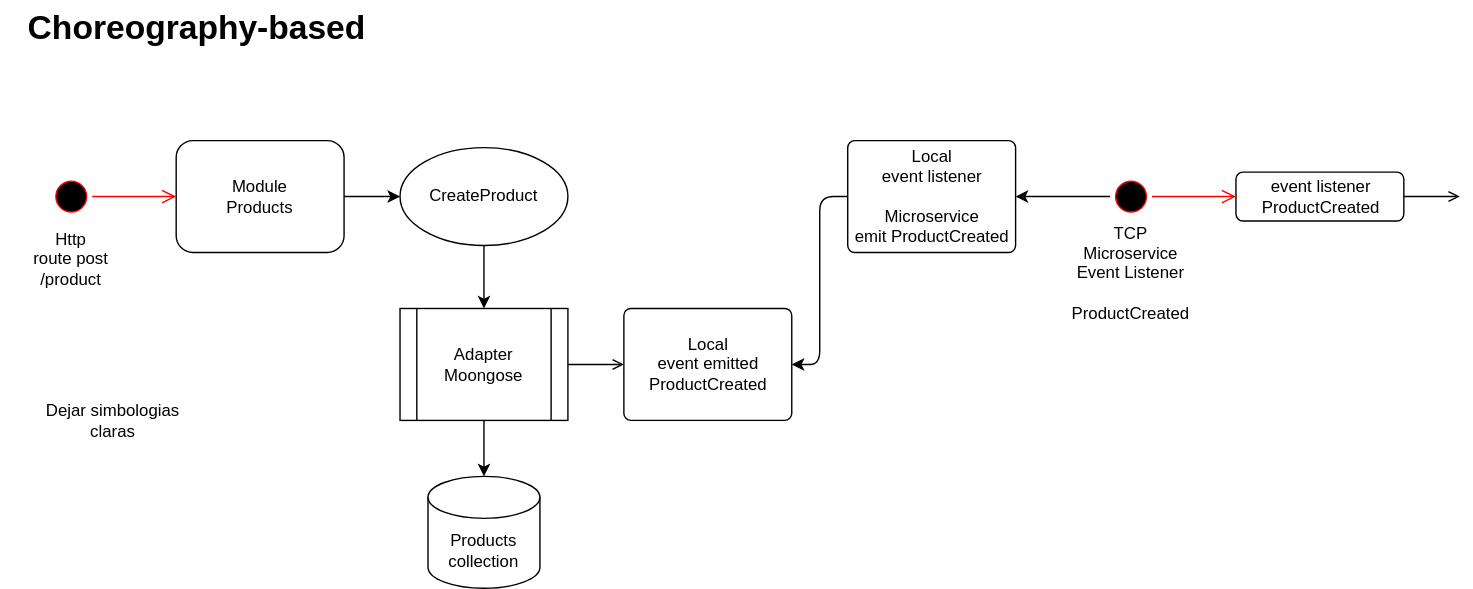
Above: _docs/diagrams/use-cases/create-product.drawio.svg in jovicon/nestjs-clean-architecture-event-driven-template (draw.io), before the change. Source tidied: cells renumbered, new cells last; positions are measured from the earlier drawing's top-left corner, leaving out a move shared by most shapes. Source of this version:
```xml
<mxGraphModel>
  <root>
    <mxCell id="0" />
    <mxCell id="1" parent="0" />
    <mxCell id="2" style="edgeStyle=none;html=1;entryX=0;entryY=0.5;entryDx=0;entryDy=0;" parent="1" edge="1" source="3" target="6">
      <mxGeometry relative="1" as="geometry" />
    </mxCell>
    <mxCell id="3" value="Module&lt;br&gt;Products" style="rounded=1;whiteSpace=wrap;html=1;" parent="1" vertex="1">
      <mxGeometry x="125" y="100" width="120" height="80" as="geometry" />
    </mxCell>
    <mxCell id="4" value="Products&lt;br&gt;collection" style="shape=cylinder3;whiteSpace=wrap;html=1;boundedLbl=1;backgroundOutline=1;size=15;" parent="1" vertex="1">
      <mxGeometry x="305" y="340" width="80" height="80" as="geometry" />
    </mxCell>
    <mxCell id="5" style="edgeStyle=none;html=1;entryX=0.5;entryY=0;entryDx=0;entryDy=0;" parent="1" edge="1" source="6" target="8">
      <mxGeometry relative="1" as="geometry" />
    </mxCell>
    <mxCell id="6" value="CreateProduct" style="ellipse;whiteSpace=wrap;html=1;" parent="1" vertex="1">
      <mxGeometry x="285" y="105" width="120" height="70" as="geometry" />
    </mxCell>
    <mxCell id="7" style="edgeStyle=none;html=1;entryX=0.5;entryY=0;entryDx=0;entryDy=0;entryPerimeter=0;" parent="1" edge="1" source="8" target="4">
      <mxGeometry relative="1" as="geometry" />
    </mxCell>
    <mxCell id="8" value="Adapter&lt;br&gt;Moongose" style="shape=process;whiteSpace=wrap;html=1;backgroundOutline=1;" parent="1" vertex="1">
      <mxGeometry x="285" y="220" width="120" height="80" as="geometry" />
    </mxCell>
    <mxCell id="9" value="Local&lt;br&gt;event emitted&lt;br&gt;ProductCreated" style="html=1;rounded=1;absoluteArcSize=1;arcSize=10;" parent="1" vertex="1">
      <mxGeometry x="445" y="220" width="120" height="80" as="geometry" />
    </mxCell>
    <mxCell id="10" style="endArrow=open;html=1;rounded=0;align=center;verticalAlign=top;endFill=0;labelBackgroundColor=none;endSize=6;" parent="1" edge="1" target="9">
      <mxGeometry relative="1" as="geometry">
        <mxPoint x="405" y="260" as="sourcePoint" />
      </mxGeometry>
    </mxCell>
    <mxCell id="11" value="event listener&lt;br&gt;ProductCreated" style="html=1;rounded=1;absoluteArcSize=1;arcSize=10;" parent="1" vertex="1">
      <mxGeometry x="882.5" y="122.5" width="120" height="35" as="geometry" />
    </mxCell>
    <mxCell id="12" style="endArrow=open;html=1;rounded=0;align=center;verticalAlign=top;endFill=0;labelBackgroundColor=none;endSize=6;exitX=1;exitY=0.5;exitDx=0;exitDy=0;entryX=0;entryY=0.5;entryDx=0;entryDy=0;" parent="1" edge="1" source="11">
      <mxGeometry relative="1" as="geometry">
        <mxPoint x="1042.5" y="140" as="targetPoint" />
      </mxGeometry>
    </mxCell>
    <mxCell id="13" style="ellipse;html=1;shape=startState;fillColor=#000000;strokeColor=#ff0000;" parent="1" vertex="1">
      <mxGeometry x="35" y="125" width="30" height="30" as="geometry" />
    </mxCell>
    <mxCell id="14" style="edgeStyle=orthogonalEdgeStyle;html=1;verticalAlign=bottom;endArrow=open;endSize=8;strokeColor=#ff0000;entryX=0;entryY=0.5;entryDx=0;entryDy=0;" parent="1" edge="1" source="13" target="3">
      <mxGeometry relative="1" as="geometry" />
    </mxCell>
    <mxCell id="15" value="Http &lt;br&gt;route post /product" style="text;html=1;strokeColor=none;fillColor=none;align=center;verticalAlign=middle;whiteSpace=wrap;rounded=0;" parent="1" vertex="1">
      <mxGeometry x="10" y="160" width="80" height="50" as="geometry" />
    </mxCell>
    <mxCell id="16" style="edgeStyle=none;html=1;entryX=1;entryY=0.5;entryDx=0;entryDy=0;exitX=0;exitY=0.5;exitDx=0;exitDy=0;" parent="1" edge="1" source="17" target="9">
      <mxGeometry relative="1" as="geometry">
        <Array as="points">
          <mxPoint x="585" y="140" />
          <mxPoint x="585" y="260" />
        </Array>
      </mxGeometry>
    </mxCell>
    <mxCell id="17" value="Local&lt;br&gt;event listener&lt;br&gt;&lt;br&gt;Microservice&lt;br&gt;emit ProductCreated" style="html=1;rounded=1;absoluteArcSize=1;arcSize=10;" parent="1" vertex="1">
      <mxGeometry x="605" y="100" width="120" height="80" as="geometry" />
    </mxCell>
    <mxCell id="18" style="edgeStyle=none;html=1;entryX=1;entryY=0.5;entryDx=0;entryDy=0;" parent="1" edge="1" source="19" target="17">
      <mxGeometry relative="1" as="geometry" />
    </mxCell>
    <mxCell id="19" style="ellipse;html=1;shape=startState;fillColor=#000000;strokeColor=#ff0000;" parent="1" vertex="1">
      <mxGeometry x="792.5" y="125" width="30" height="30" as="geometry" />
    </mxCell>
    <mxCell id="20" style="edgeStyle=orthogonalEdgeStyle;html=1;verticalAlign=bottom;endArrow=open;endSize=8;strokeColor=#ff0000;entryX=0;entryY=0.5;entryDx=0;entryDy=0;" parent="1" edge="1" source="19">
      <mxGeometry relative="1" as="geometry">
        <mxPoint x="882.5" y="140" as="targetPoint" />
      </mxGeometry>
    </mxCell>
    <mxCell id="21" value="TCP&lt;br&gt;Microservice&lt;br&gt;Event Listener &lt;br&gt;&lt;span style=&quot;&quot;&gt;&lt;br&gt;ProductCreated&lt;/span&gt;" style="text;html=1;strokeColor=none;fillColor=none;align=center;verticalAlign=middle;whiteSpace=wrap;rounded=0;" parent="1" vertex="1">
      <mxGeometry x="745" y="160" width="125" height="70" as="geometry" />
    </mxCell>
    <mxCell id="22" value="&lt;span style=&quot;font-size: 24px;&quot;&gt;&lt;b&gt;Choreography-based&lt;/b&gt;&lt;/span&gt;" style="text;html=1;strokeColor=none;fillColor=none;align=center;verticalAlign=middle;whiteSpace=wrap;rounded=0;" parent="1" vertex="1">
      <mxGeometry width="280" height="40" as="geometry" />
    </mxCell>
    <mxCell id="23" value="Dejar simbologias&lt;br&gt;claras" style="text;html=1;strokeColor=none;fillColor=none;align=center;verticalAlign=middle;whiteSpace=wrap;rounded=0;" parent="1" vertex="1">
      <mxGeometry y="280" width="160" height="40" as="geometry" />
    </mxCell>
  </root>
</mxGraphModel>
```
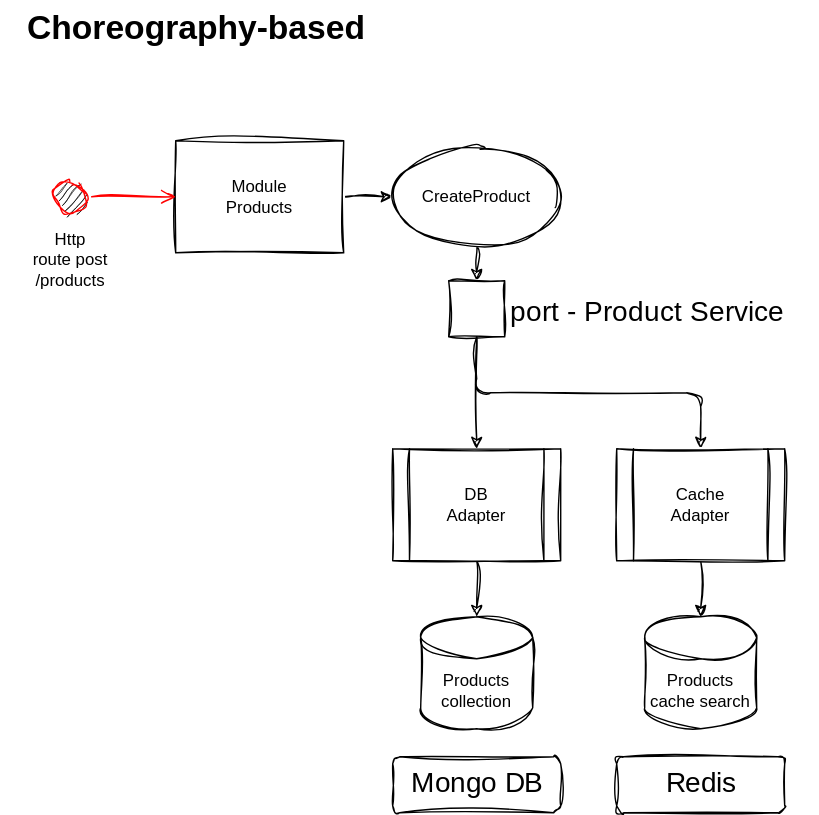
Later version of the same file.

Commit message:
added: use cases & patterns to implement

The edit, as a diff of the source:
```diff
@@ -2,82 +2,67 @@
   <root>
     <mxCell id="0" />
     <mxCell id="1" parent="0" />
-    <mxCell id="2" style="edgeStyle=none;html=1;entryX=0;entryY=0.5;entryDx=0;entryDy=0;" parent="1" edge="1" source="3" target="6">
+    <mxCell id="2" style="edgeStyle=none;html=1;entryX=0;entryY=0.5;entryDx=0;entryDy=0;rounded=0;sketch=1;curveFitting=1;jiggle=2;" parent="1" edge="1" source="3" target="6">
       <mxGeometry relative="1" as="geometry" />
     </mxCell>
-    <mxCell id="3" value="Module&lt;br&gt;Products" style="rounded=1;whiteSpace=wrap;html=1;" parent="1" vertex="1">
+    <mxCell id="3" value="Module&lt;br&gt;Products" style="rounded=0;whiteSpace=wrap;html=1;sketch=1;curveFitting=1;jiggle=2;" parent="1" vertex="1">
       <mxGeometry x="125" y="100" width="120" height="80" as="geometry" />
     </mxCell>
-    <mxCell id="4" value="Products&lt;br&gt;collection" style="shape=cylinder3;whiteSpace=wrap;html=1;boundedLbl=1;backgroundOutline=1;size=15;" parent="1" vertex="1">
-      <mxGeometry x="305" y="340" width="80" height="80" as="geometry" />
+    <mxCell id="4" value="Products&lt;br&gt;collection" style="shape=cylinder3;whiteSpace=wrap;html=1;boundedLbl=1;backgroundOutline=1;size=15;rounded=0;sketch=1;curveFitting=1;jiggle=2;" parent="1" vertex="1">
+      <mxGeometry x="300" y="440" width="80" height="80" as="geometry" />
     </mxCell>
-    <mxCell id="5" style="edgeStyle=none;html=1;entryX=0.5;entryY=0;entryDx=0;entryDy=0;" parent="1" edge="1" source="6" target="8">
-      <mxGeometry relative="1" as="geometry" />
-    </mxCell>
+    <mxCell id="24" style="edgeStyle=none;sketch=1;hachureGap=4;jiggle=2;curveFitting=1;html=1;entryX=0.5;entryY=0;entryDx=0;entryDy=0;fontFamily=Architects Daughter;fontSource=https%3A%2F%2Ffonts.googleapis.com%2Fcss%3Ffamily%3DArchitects%2BDaughter;fontSize=16;" parent="1" edge="1" source="6" target="27">
+      <mxGeometry relative="1" as="geometry" />
+    </mxCell>
-    <mxCell id="6" value="CreateProduct" style="ellipse;whiteSpace=wrap;html=1;" parent="1" vertex="1">
-      <mxGeometry x="285" y="105" width="120" height="70" as="geometry" />
+    <mxCell id="6" value="CreateProduct" style="ellipse;whiteSpace=wrap;html=1;rounded=0;sketch=1;curveFitting=1;jiggle=2;" parent="1" vertex="1">
+      <mxGeometry x="280" y="105" width="120" height="70" as="geometry" />
     </mxCell>
-    <mxCell id="7" style="edgeStyle=none;html=1;entryX=0.5;entryY=0;entryDx=0;entryDy=0;entryPerimeter=0;" parent="1" edge="1" source="8" target="4">
+    <mxCell id="7" style="edgeStyle=none;html=1;entryX=0.5;entryY=0;entryDx=0;entryDy=0;entryPerimeter=0;rounded=0;sketch=1;curveFitting=1;jiggle=2;" parent="1" edge="1" source="8" target="4">
       <mxGeometry relative="1" as="geometry" />
     </mxCell>
-    <mxCell id="8" value="Adapter&lt;br&gt;Moongose" style="shape=process;whiteSpace=wrap;html=1;backgroundOutline=1;" parent="1" vertex="1">
-      <mxGeometry x="285" y="220" width="120" height="80" as="geometry" />
+    <mxCell id="8" value="DB&lt;br&gt;Adapter" style="shape=process;whiteSpace=wrap;html=1;backgroundOutline=1;rounded=0;sketch=1;curveFitting=1;jiggle=2;" parent="1" vertex="1">
+      <mxGeometry x="280" y="320" width="120" height="80" as="geometry" />
     </mxCell>
-    <mxCell id="9" value="Local&lt;br&gt;event emitted&lt;br&gt;ProductCreated" style="html=1;rounded=1;absoluteArcSize=1;arcSize=10;" parent="1" vertex="1">
-      <mxGeometry x="445" y="220" width="120" height="80" as="geometry" />
-    </mxCell>
-    <mxCell id="10" style="endArrow=open;html=1;rounded=0;align=center;verticalAlign=top;endFill=0;labelBackgroundColor=none;endSize=6;" parent="1" edge="1" target="9">
-      <mxGeometry relative="1" as="geometry">
-        <mxPoint x="405" y="260" as="sourcePoint" />
-      </mxGeometry>
-    </mxCell>
-    <mxCell id="11" value="event listener&lt;br&gt;ProductCreated" style="html=1;rounded=1;absoluteArcSize=1;arcSize=10;" parent="1" vertex="1">
-      <mxGeometry x="882.5" y="122.5" width="120" height="35" as="geometry" />
-    </mxCell>
-    <mxCell id="12" style="endArrow=open;html=1;rounded=0;align=center;verticalAlign=top;endFill=0;labelBackgroundColor=none;endSize=6;exitX=1;exitY=0.5;exitDx=0;exitDy=0;entryX=0;entryY=0.5;entryDx=0;entryDy=0;" parent="1" edge="1" source="11">
-      <mxGeometry relative="1" as="geometry">
-        <mxPoint x="1042.5" y="140" as="targetPoint" />
-      </mxGeometry>
-    </mxCell>
-    <mxCell id="13" style="ellipse;html=1;shape=startState;fillColor=#000000;strokeColor=#ff0000;" parent="1" vertex="1">
+    <mxCell id="13" style="ellipse;html=1;shape=startState;fillColor=#000000;strokeColor=#ff0000;rounded=0;sketch=1;curveFitting=1;jiggle=2;" parent="1" vertex="1">
       <mxGeometry x="35" y="125" width="30" height="30" as="geometry" />
     </mxCell>
-    <mxCell id="14" style="edgeStyle=orthogonalEdgeStyle;html=1;verticalAlign=bottom;endArrow=open;endSize=8;strokeColor=#ff0000;entryX=0;entryY=0.5;entryDx=0;entryDy=0;" parent="1" edge="1" source="13" target="3">
+    <mxCell id="14" style="edgeStyle=orthogonalEdgeStyle;html=1;verticalAlign=bottom;endArrow=open;endSize=8;strokeColor=#ff0000;entryX=0;entryY=0.5;entryDx=0;entryDy=0;rounded=0;sketch=1;curveFitting=1;jiggle=2;" parent="1" edge="1" source="13" target="3">
       <mxGeometry relative="1" as="geometry" />
     </mxCell>
-    <mxCell id="15" value="Http &lt;br&gt;route post /product" style="text;html=1;strokeColor=none;fillColor=none;align=center;verticalAlign=middle;whiteSpace=wrap;rounded=0;" parent="1" vertex="1">
+    <mxCell id="15" value="Http &lt;br&gt;route post /products" style="text;html=1;strokeColor=none;fillColor=none;align=center;verticalAlign=middle;whiteSpace=wrap;rounded=0;sketch=1;curveFitting=1;jiggle=2;" parent="1" vertex="1">
       <mxGeometry x="10" y="160" width="80" height="50" as="geometry" />
     </mxCell>
-    <mxCell id="16" style="edgeStyle=none;html=1;entryX=1;entryY=0.5;entryDx=0;entryDy=0;exitX=0;exitY=0.5;exitDx=0;exitDy=0;" parent="1" edge="1" source="17" target="9">
-      <mxGeometry relative="1" as="geometry">
-        <Array as="points">
-          <mxPoint x="585" y="140" />
-          <mxPoint x="585" y="260" />
-        </Array>
-      </mxGeometry>
-    </mxCell>
-    <mxCell id="17" value="Local&lt;br&gt;event listener&lt;br&gt;&lt;br&gt;Microservice&lt;br&gt;emit ProductCreated" style="html=1;rounded=1;absoluteArcSize=1;arcSize=10;" parent="1" vertex="1">
-      <mxGeometry x="605" y="100" width="120" height="80" as="geometry" />
-    </mxCell>
-    <mxCell id="18" style="edgeStyle=none;html=1;entryX=1;entryY=0.5;entryDx=0;entryDy=0;" parent="1" edge="1" source="19" target="17">
-      <mxGeometry relative="1" as="geometry" />
-    </mxCell>
-    <mxCell id="19" style="ellipse;html=1;shape=startState;fillColor=#000000;strokeColor=#ff0000;" parent="1" vertex="1">
-      <mxGeometry x="792.5" y="125" width="30" height="30" as="geometry" />
-    </mxCell>
-    <mxCell id="20" style="edgeStyle=orthogonalEdgeStyle;html=1;verticalAlign=bottom;endArrow=open;endSize=8;strokeColor=#ff0000;entryX=0;entryY=0.5;entryDx=0;entryDy=0;" parent="1" edge="1" source="19">
-      <mxGeometry relative="1" as="geometry">
-        <mxPoint x="882.5" y="140" as="targetPoint" />
-      </mxGeometry>
-    </mxCell>
-    <mxCell id="21" value="TCP&lt;br&gt;Microservice&lt;br&gt;Event Listener &lt;br&gt;&lt;span style=&quot;&quot;&gt;&lt;br&gt;ProductCreated&lt;/span&gt;" style="text;html=1;strokeColor=none;fillColor=none;align=center;verticalAlign=middle;whiteSpace=wrap;rounded=0;" parent="1" vertex="1">
-      <mxGeometry x="745" y="160" width="125" height="70" as="geometry" />
-    </mxCell>
-    <mxCell id="22" value="&lt;span style=&quot;font-size: 24px;&quot;&gt;&lt;b&gt;Choreography-based&lt;/b&gt;&lt;/span&gt;" style="text;html=1;strokeColor=none;fillColor=none;align=center;verticalAlign=middle;whiteSpace=wrap;rounded=0;" parent="1" vertex="1">
+    <mxCell id="22" value="&lt;span style=&quot;font-size: 24px;&quot;&gt;&lt;b&gt;Choreography-based&lt;/b&gt;&lt;/span&gt;" style="text;html=1;strokeColor=none;fillColor=none;align=center;verticalAlign=middle;whiteSpace=wrap;rounded=0;sketch=1;curveFitting=1;jiggle=2;" parent="1" vertex="1">
       <mxGeometry width="280" height="40" as="geometry" />
     </mxCell>
-    <mxCell id="23" value="Dejar simbologias&lt;br&gt;claras" style="text;html=1;strokeColor=none;fillColor=none;align=center;verticalAlign=middle;whiteSpace=wrap;rounded=0;" parent="1" vertex="1">
-      <mxGeometry y="280" width="160" height="40" as="geometry" />
-    </mxCell>
+    <mxCell id="25" style="edgeStyle=none;sketch=1;hachureGap=4;jiggle=2;curveFitting=1;html=1;entryX=0.5;entryY=0;entryDx=0;entryDy=0;fontFamily=Architects Daughter;fontSource=https%3A%2F%2Ffonts.googleapis.com%2Fcss%3Ffamily%3DArchitects%2BDaughter;fontSize=16;" parent="1" edge="1" source="27" target="8">
+      <mxGeometry relative="1" as="geometry" />
+    </mxCell>
+    <mxCell id="26" style="edgeStyle=none;sketch=1;hachureGap=4;jiggle=2;curveFitting=1;html=1;entryX=0.5;entryY=0;entryDx=0;entryDy=0;fontFamily=Architects Daughter;fontSource=https%3A%2F%2Ffonts.googleapis.com%2Fcss%3Ffamily%3DArchitects%2BDaughter;fontSize=16;" parent="1" edge="1" source="27" target="29">
+      <mxGeometry relative="1" as="geometry">
+        <Array as="points">
+          <mxPoint x="340" y="280" />
+          <mxPoint x="500" y="280" />
+        </Array>
+      </mxGeometry>
+    </mxCell>
+    <mxCell id="27" value="port - Product Service" style="fontStyle=0;labelPosition=right;verticalLabelPosition=middle;align=left;verticalAlign=middle;spacingLeft=2;sketch=1;hachureGap=4;jiggle=2;curveFitting=1;fontFamily=Architects Daughter;fontSource=https%3A%2F%2Ffonts.googleapis.com%2Fcss%3Ffamily%3DArchitects%2BDaughter;fontSize=20;" parent="1" vertex="1">
+      <mxGeometry x="320" y="200" width="40" height="40" as="geometry" />
+    </mxCell>
+    <mxCell id="28" style="edgeStyle=none;sketch=1;hachureGap=4;jiggle=2;curveFitting=1;html=1;entryX=0.5;entryY=0;entryDx=0;entryDy=0;entryPerimeter=0;fontFamily=Architects Daughter;fontSource=https%3A%2F%2Ffonts.googleapis.com%2Fcss%3Ffamily%3DArchitects%2BDaughter;fontSize=16;" parent="1" edge="1" source="29" target="30">
+      <mxGeometry relative="1" as="geometry" />
+    </mxCell>
+    <mxCell id="29" value="Cache&lt;br&gt;Adapter" style="shape=process;whiteSpace=wrap;html=1;backgroundOutline=1;rounded=0;sketch=1;curveFitting=1;jiggle=2;" parent="1" vertex="1">
+      <mxGeometry x="440" y="320" width="120" height="80" as="geometry" />
+    </mxCell>
+    <mxCell id="30" value="Products&lt;br&gt;cache search" style="shape=cylinder3;whiteSpace=wrap;html=1;boundedLbl=1;backgroundOutline=1;size=15;rounded=0;sketch=1;curveFitting=1;jiggle=2;" parent="1" vertex="1">
+      <mxGeometry x="460" y="440" width="80" height="80" as="geometry" />
+    </mxCell>
+    <mxCell id="31" value="Mongo DB" style="html=1;align=center;verticalAlign=top;rounded=1;absoluteArcSize=1;arcSize=10;dashed=0;sketch=1;hachureGap=4;jiggle=2;curveFitting=1;fontFamily=Architects Daughter;fontSource=https%3A%2F%2Ffonts.googleapis.com%2Fcss%3Ffamily%3DArchitects%2BDaughter;fontSize=20;" parent="1" vertex="1">
+      <mxGeometry x="280" y="540" width="120" height="40" as="geometry" />
+    </mxCell>
+    <mxCell id="32" value="Redis" style="html=1;align=center;verticalAlign=top;rounded=1;absoluteArcSize=1;arcSize=10;dashed=0;sketch=1;hachureGap=4;jiggle=2;curveFitting=1;fontFamily=Architects Daughter;fontSource=https%3A%2F%2Ffonts.googleapis.com%2Fcss%3Ffamily%3DArchitects%2BDaughter;fontSize=20;" parent="1" vertex="1">
+      <mxGeometry x="440" y="540" width="120" height="40" as="geometry" />
+    </mxCell>
   </root>
 </mxGraphModel>
```
